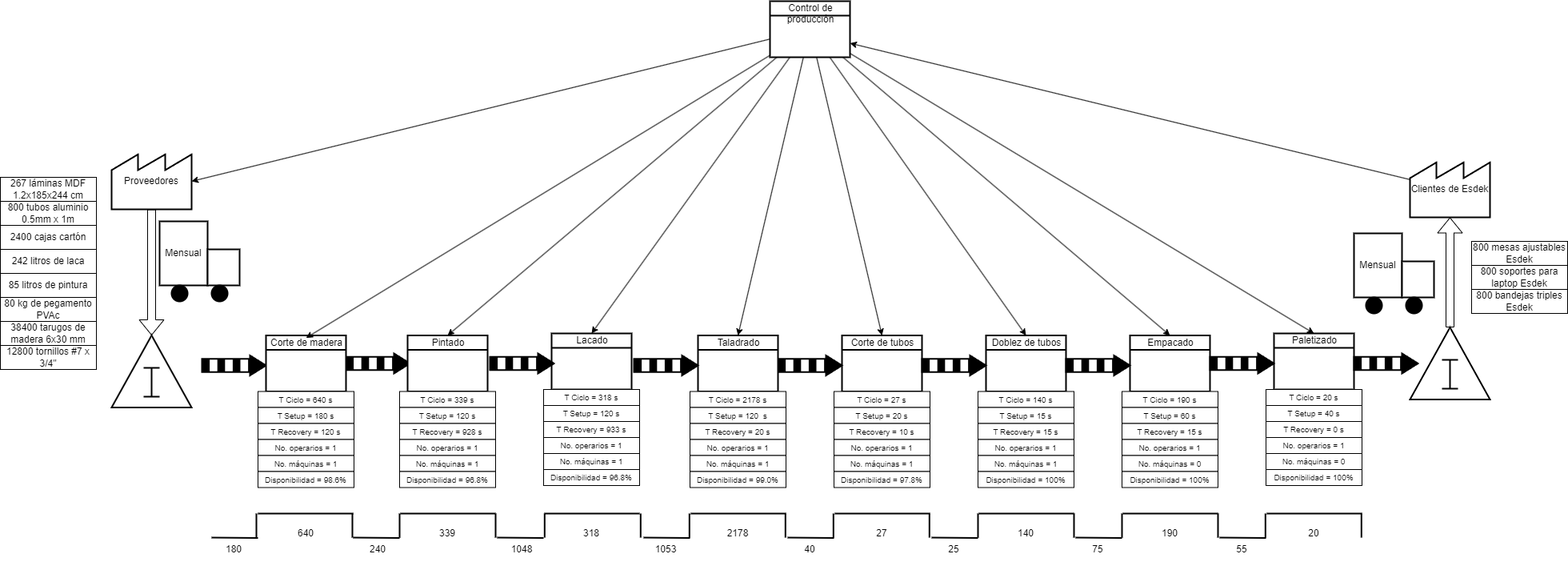
Before: Gestion Produccion/VSMpreautomatizacion.png, a diagram exported from draw.io (Esdek/Esdek). Source tidied: cells renumbered, new cells last; positions are measured from the earlier drawing's top-left corner, leaving out a move shared by most shapes.
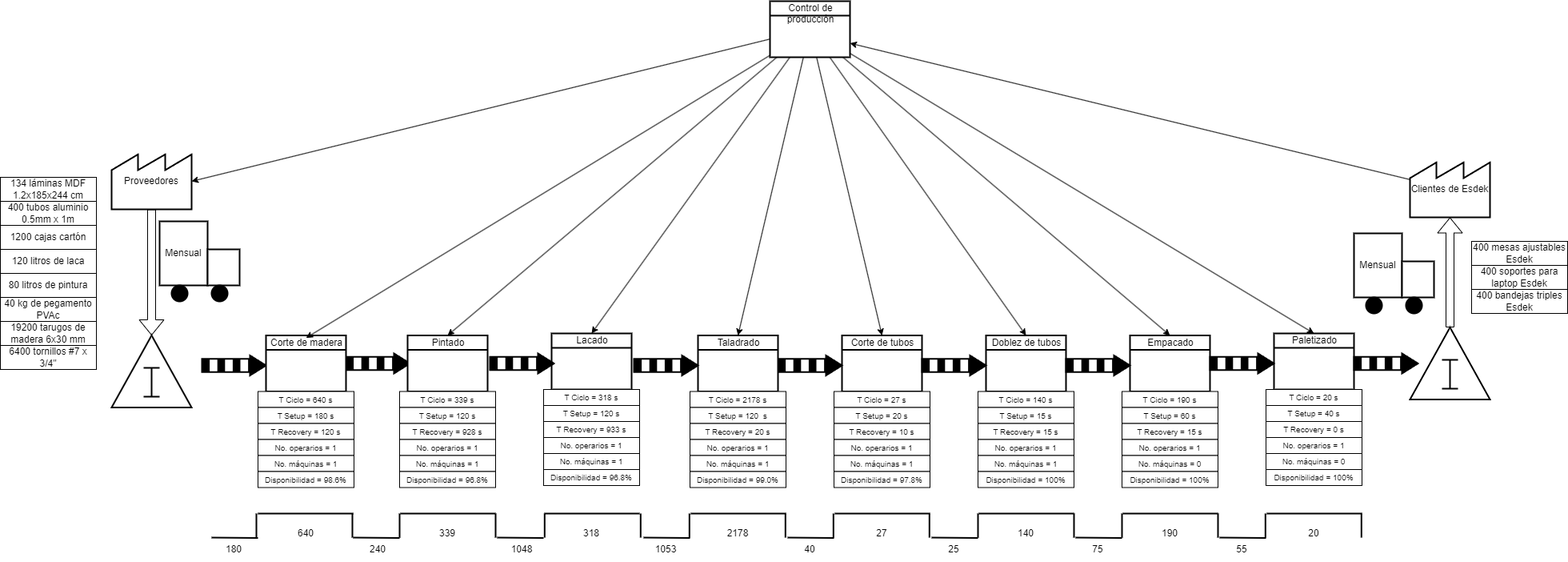
After the change.

The edit, as a diff of the source:
```diff
@@ -14,28 +14,28 @@
     <mxCell id="5" style="verticalLabelPosition=bottom;html=1;verticalAlign=top;strokeWidth=2;shape=mxgraph.lean_mapping.inventory_box;" parent="1" vertex="1">
       <mxGeometry x="139" y="417.5" width="100" height="90" as="geometry" />
     </mxCell>
-    <mxCell id="6" value="267 láminas MDF 1.2x185x244 cm" style="rounded=0;whiteSpace=wrap;html=1;" parent="1" vertex="1">
+    <mxCell id="6" value="134 láminas MDF 1.2x185x244 cm" style="rounded=0;whiteSpace=wrap;html=1;" parent="1" vertex="1">
       <mxGeometry y="220" width="120" height="30" as="geometry" />
     </mxCell>
-    <mxCell id="7" value="800 tubos aluminio 0.5mm x 1m" style="rounded=0;whiteSpace=wrap;html=1;" parent="1" vertex="1">
+    <mxCell id="7" value="400 tubos aluminio 0.5mm x 1m" style="rounded=0;whiteSpace=wrap;html=1;" parent="1" vertex="1">
       <mxGeometry y="250" width="120" height="30" as="geometry" />
     </mxCell>
-    <mxCell id="8" value="2400 cajas cartón" style="rounded=0;whiteSpace=wrap;html=1;" parent="1" vertex="1">
+    <mxCell id="8" value="1200 cajas cartón" style="rounded=0;whiteSpace=wrap;html=1;" parent="1" vertex="1">
       <mxGeometry y="280" width="120" height="30" as="geometry" />
     </mxCell>
-    <mxCell id="9" value="242 litros de laca" style="rounded=0;whiteSpace=wrap;html=1;" parent="1" vertex="1">
+    <mxCell id="9" value="120 litros de laca" style="rounded=0;whiteSpace=wrap;html=1;" parent="1" vertex="1">
       <mxGeometry y="310" width="120" height="30" as="geometry" />
     </mxCell>
-    <mxCell id="10" value="85 litros de pintura" style="rounded=0;whiteSpace=wrap;html=1;" parent="1" vertex="1">
+    <mxCell id="10" value="80 litros de pintura" style="rounded=0;whiteSpace=wrap;html=1;" parent="1" vertex="1">
       <mxGeometry y="340" width="120" height="30" as="geometry" />
     </mxCell>
-    <mxCell id="11" value="80 kg de pegamento PVAc" style="rounded=0;whiteSpace=wrap;html=1;" parent="1" vertex="1">
+    <mxCell id="11" value="40 kg de pegamento PVAc" style="rounded=0;whiteSpace=wrap;html=1;" parent="1" vertex="1">
       <mxGeometry y="370" width="120" height="30" as="geometry" />
     </mxCell>
-    <mxCell id="12" value="38400 tarugos de madera 6x30 mm" style="rounded=0;whiteSpace=wrap;html=1;" parent="1" vertex="1">
+    <mxCell id="12" value="19200 tarugos de madera 6x30 mm" style="rounded=0;whiteSpace=wrap;html=1;" parent="1" vertex="1">
       <mxGeometry y="400" width="120" height="30" as="geometry" />
     </mxCell>
-    <mxCell id="13" value="12800 tornillos #7 x 3/4&quot;" style="rounded=0;whiteSpace=wrap;html=1;" parent="1" vertex="1">
+    <mxCell id="13" value="6400 tornillos #7 x 3/4&quot;" style="rounded=0;whiteSpace=wrap;html=1;" parent="1" vertex="1">
       <mxGeometry y="430" width="120" height="30" as="geometry" />
     </mxCell>
     <mxCell id="14" style="shape=flexArrow;html=1;rounded=0;entryX=0.5;entryY=0;entryDx=0;entryDy=0;exitX=0.5;exitY=1;exitDx=0;exitDy=0;" parent="1" edge="1" source="2" target="5">
@@ -119,13 +119,13 @@
     <mxCell id="40" style="verticalLabelPosition=bottom;html=1;verticalAlign=top;strokeWidth=2;shape=mxgraph.lean_mapping.inventory_box;" parent="1" vertex="1">
       <mxGeometry x="1762" y="407.5" width="100" height="90" as="geometry" />
     </mxCell>
-    <mxCell id="41" value="800 mesas ajustables Esdek" style="rounded=0;whiteSpace=wrap;html=1;" parent="1" vertex="1">
+    <mxCell id="41" value="400 mesas ajustables Esdek" style="rounded=0;whiteSpace=wrap;html=1;" parent="1" vertex="1">
       <mxGeometry x="1839" y="300" width="120" height="30" as="geometry" />
     </mxCell>
-    <mxCell id="42" value="800 soportes para laptop Esdek" style="rounded=0;whiteSpace=wrap;html=1;" parent="1" vertex="1">
+    <mxCell id="42" value="400 soportes para laptop Esdek" style="rounded=0;whiteSpace=wrap;html=1;" parent="1" vertex="1">
       <mxGeometry x="1839" y="330" width="120" height="30" as="geometry" />
     </mxCell>
-    <mxCell id="43" value="800 bandejas triples Esdek" style="rounded=0;whiteSpace=wrap;html=1;" parent="1" vertex="1">
+    <mxCell id="43" value="400 bandejas triples Esdek" style="rounded=0;whiteSpace=wrap;html=1;" parent="1" vertex="1">
       <mxGeometry x="1839" y="360" width="120" height="30" as="geometry" />
     </mxCell>
     <mxCell id="44" style="shape=flexArrow;html=1;rounded=0;entryX=0.5;entryY=1;entryDx=0;entryDy=0;exitX=0.5;exitY=0;exitDx=0;exitDy=0;" parent="1" edge="1" source="40" target="4">
```
